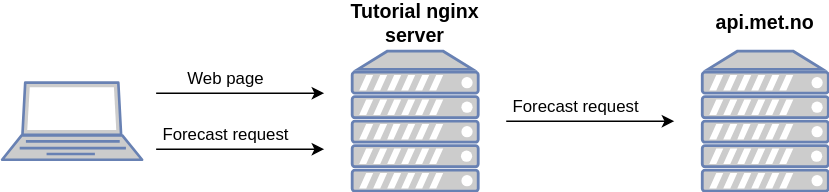
The draw.io diagram locationforecast-tutorial.svg in havardf/locationforecast-tutorial, before a commit. Source tidied: cells renumbered, new cells last; positions are measured from the earlier drawing's top-left corner, leaving out a move shared by most shapes.
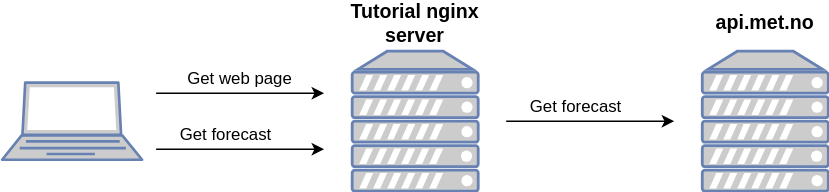
Later version of the same file.

Diff of the diagram source:
```diff
@@ -23,8 +23,8 @@
         <mxPoint x="230" y="60" as="targetPoint" />
       </mxGeometry>
     </mxCell>
-    <mxCell id="8" value="Web page" style="text;html=1;strokeColor=none;fillColor=none;align=center;verticalAlign=middle;whiteSpace=wrap;rounded=0;" parent="1" vertex="1">
-      <mxGeometry x="130" y="40" width="60" height="20" as="geometry" />
+    <mxCell id="8" value="Get web page" style="text;html=1;strokeColor=none;fillColor=none;align=center;verticalAlign=middle;whiteSpace=wrap;rounded=0;" parent="1" vertex="1">
+      <mxGeometry x="130" y="40" width="80" height="20" as="geometry" />
     </mxCell>
     <mxCell id="9" style="group;" parent="1" vertex="1">
       <mxGeometry x="110" y="90" width="100" height="30" as="geometry" />
@@ -32,7 +32,7 @@
     <mxCell id="10" style="group;" parent="9" vertex="1">
       <mxGeometry width="100" height="30" as="geometry" />
     </mxCell>
-    <mxCell id="11" value="Forecast request" style="text;html=1;strokeColor=none;fillColor=none;align=center;verticalAlign=middle;whiteSpace=wrap;rounded=0;" parent="10" vertex="1">
+    <mxCell id="11" value="Get forecast" style="text;html=1;strokeColor=none;fillColor=none;align=center;verticalAlign=middle;whiteSpace=wrap;rounded=0;" parent="10" vertex="1">
       <mxGeometry y="-10" width="100" height="20" as="geometry" />
     </mxCell>
     <mxCell id="12" style="endArrow=classic;html=1;" parent="10" edge="1">
@@ -47,7 +47,7 @@
     <mxCell id="14" style="group;" parent="13" vertex="1">
       <mxGeometry width="100" height="30" as="geometry" />
     </mxCell>
-    <mxCell id="15" value="Forecast request" style="text;html=1;strokeColor=none;fillColor=none;align=center;verticalAlign=middle;whiteSpace=wrap;rounded=0;" parent="14" vertex="1">
+    <mxCell id="15" value="Get forecast" style="text;html=1;strokeColor=none;fillColor=none;align=center;verticalAlign=middle;whiteSpace=wrap;rounded=0;" parent="14" vertex="1">
       <mxGeometry y="-10" width="100" height="20" as="geometry" />
     </mxCell>
     <mxCell id="16" style="endArrow=classic;html=1;" parent="14" edge="1">
```
